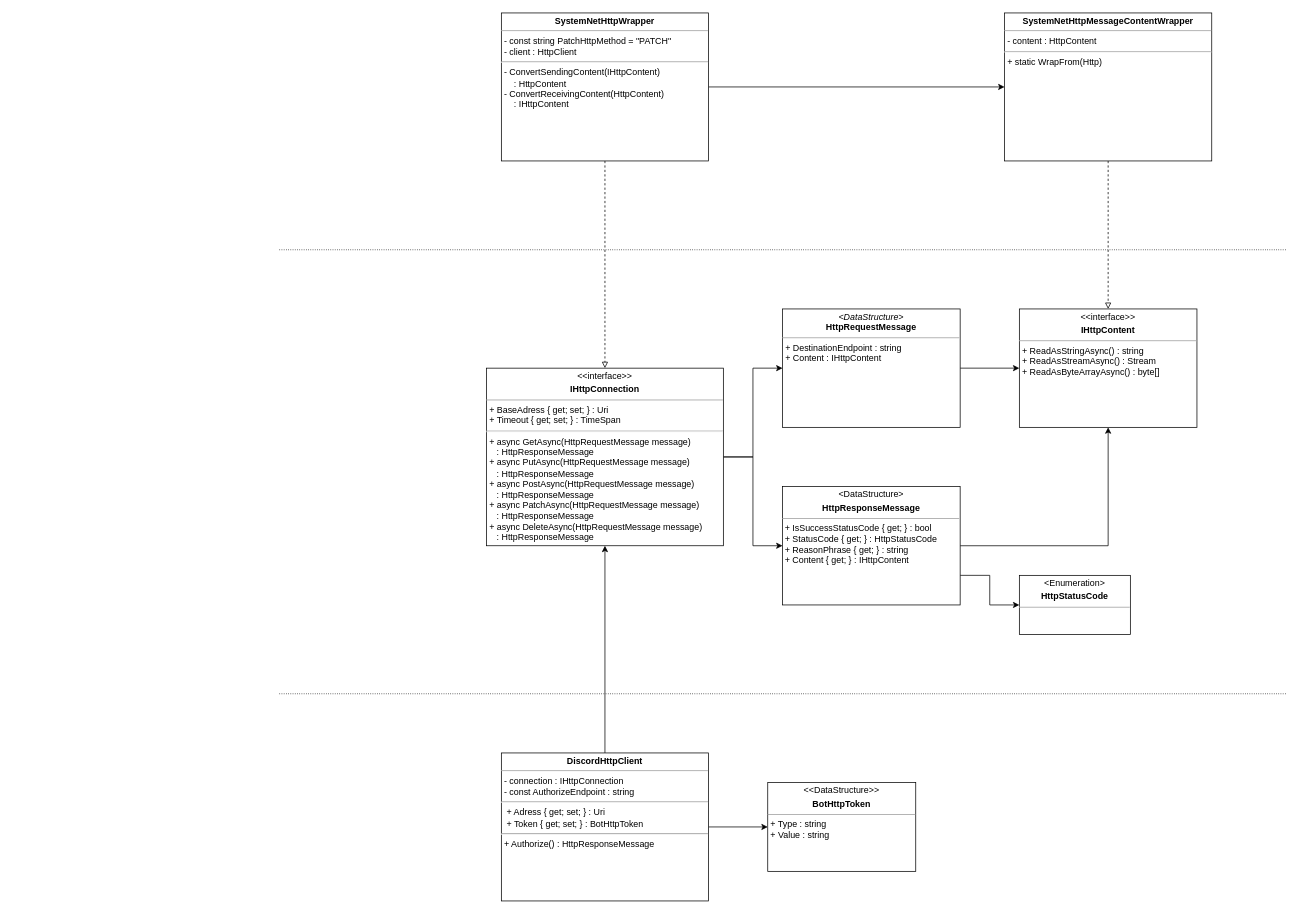
The draw.io diagram NetworkConnections/API/HttpCommunication.drawio in Sinkholy/SyDiscordSharp, before the edit. Source tidied: cells renumbered, new cells numbered last; positions are measured from the earlier drawing's top-left corner, leaving out a move shared by most shapes. Both pictures are drawn from the tidied source at 74%, with x=0, y=0 at pixel (279, 13).
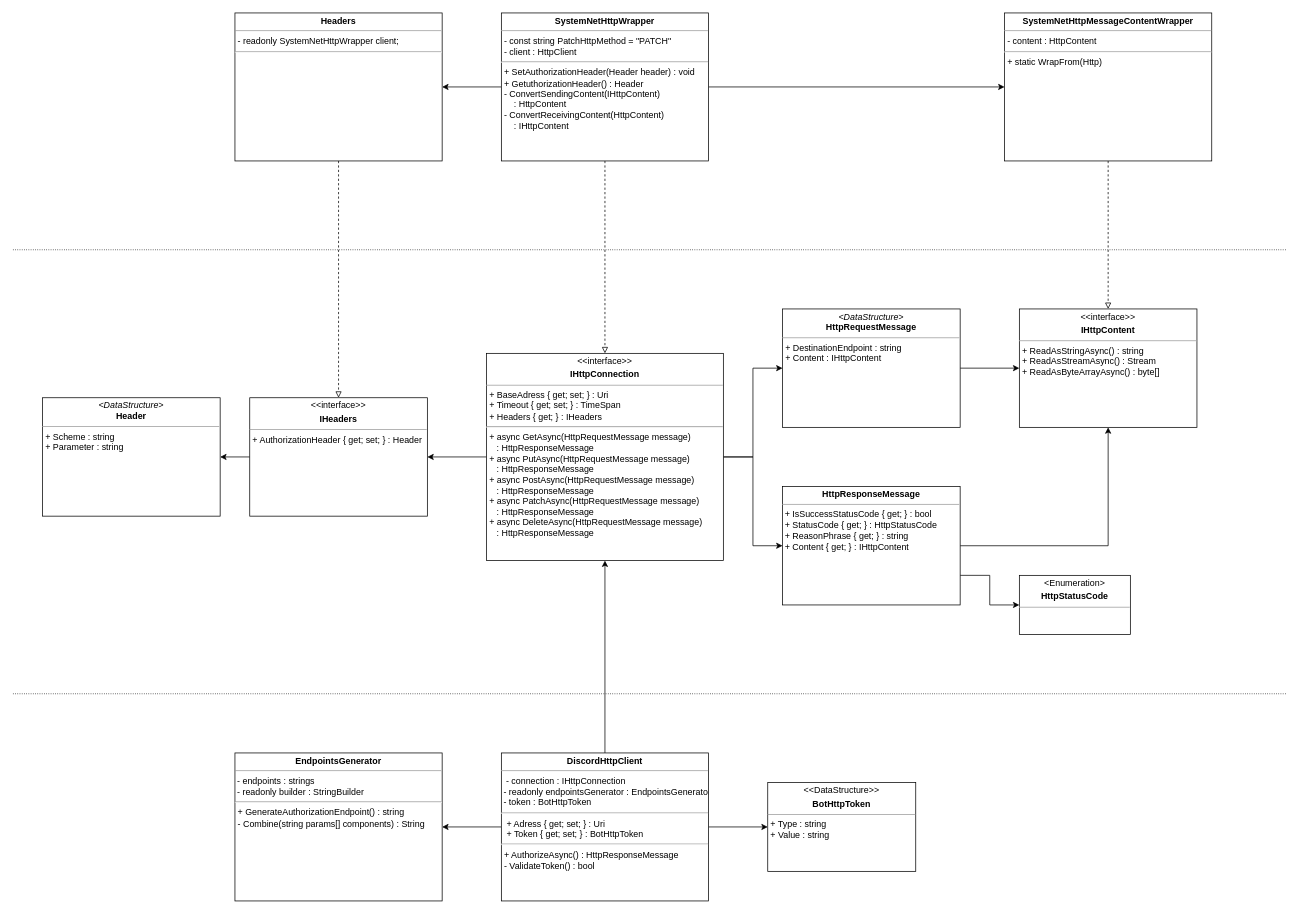
Above is the later version.

Commit message (it also covers changes not shown here):
Added headers to IHttpConnection due to authorization prurpose

Change to the diagram source:
```diff
@@
+    <mxCell id="23" style="edgeStyle=orthogonalEdgeStyle;rounded=0;jettySize=auto;html=1;entryX=1;entryY=0.5;entryDx=0;entryDy=0;" parent="1" edge="1" source="4" target="29">
+      <mxGeometry relative="1" as="geometry" />
+    </mxCell>
-    <mxCell id="4" value="&lt;p style=&quot;margin: 0px ; margin-top: 4px ; text-align: center&quot;&gt;&amp;lt;&amp;lt;interface&amp;gt;&amp;gt;&lt;/p&gt;&lt;p style=&quot;margin: 0px ; margin-top: 4px ; text-align: center&quot;&gt;&lt;b&gt;IHttpConnection&lt;/b&gt;&lt;/p&gt;&lt;hr size=&quot;1&quot;&gt;&lt;p style=&quot;margin: 0px ; margin-left: 4px&quot;&gt;&lt;/p&gt;&lt;p style=&quot;margin: 0px ; margin-left: 4px&quot;&gt;&lt;/p&gt;&lt;p style=&quot;margin: 0px ; margin-left: 4px&quot;&gt;+ BaseAdress { get; set; } : Uri&lt;/p&gt;&lt;p style=&quot;margin: 0px ; margin-left: 4px&quot;&gt;+ Timeout { get; set; } : TimeSpan&lt;/p&gt;&lt;hr&gt;&lt;p style=&quot;margin: 0px ; margin-left: 4px&quot;&gt;+ async GetAsync(&lt;span style=&quot;text-align: center&quot;&gt;HttpRequestMessage message)&amp;nbsp;&lt;/span&gt;&lt;/p&gt;&lt;p style=&quot;margin: 0px ; margin-left: 4px&quot;&gt;&lt;span style=&quot;text-align: center&quot;&gt;&amp;nbsp; &amp;nbsp;: HttpResponseMessage&lt;/span&gt;&lt;span style=&quot;color: rgba(0 , 0 , 0 , 0) ; font-family: monospace ; font-size: 0px&quot;&gt;Cm&lt;/span&gt;&lt;span style=&quot;color: rgba(0 , 0 , 0 , 0) ; font-family: monospace ; font-size: 0px&quot;&gt;xGraphModel%3E%3Croot%3E%3CmxCell%20id%3D%220%22%2F%3E%3CmxCell%20id%3D%221%22%20parent%3D%220%22%2F%3E%3CmxCell%20id%3D%222%22%20value%3D%22%26lt%3Bp%20style%3D%26quot%3Bmargin%3A%200px%20%3B%20margin-top%3A%204px%20%3B%20text-align%3A%20center%26quot%3B%26gt%3B%26amp%3Blt%3B%26amp%3Blt%3Binterface%26amp%3Bgt%3B%26amp%3Bgt%3B%26lt%3B%2Fp%26gt%3B%26lt%3Bp%20style%3D%26quot%3Bmargin%3A%200px%20%3B%20margin-top%3A%204px%20%3B%20text-align%3A%20center%26quot%3B%26gt%3B%26lt%3Bb%26gt%3BIDatabase%26lt%3B%2Fb%26gt%3B%26lt%3B%2Fp%26gt%3B%26lt%3Bhr%20size%3D%26quot%3B1%26quot%3B%26gt%3B%26lt%3Bp%20style%3D%26quot%3Bmargin%3A%200px%20%3B%20margin-left%3A%204px%26quot%3B%26gt%3B%26lt%3B%2Fp%26gt%3B%26lt%3Bp%20style%3D%26quot%3Bmargin%3A%200px%20%3B%20margin-left%3A%204px%26quot%3B%26gt%3B%26lt%3B%2Fp%26gt%3B%26lt%3Bp%20style%3D%26quot%3Bmargin%3A%200px%20%3B%20margin-left%3A%204px%26quot%3B%26gt%3B%2B%20SaveDeviceSettings(string%20deviceIdentifier%2C%26lt%3B%2Fp%26gt%3B%26lt%3Bp%20style%3D%26quot%3Bmargin%3A%200px%20%3B%20margin-left%3A%204px%26quot%3B%26gt%3B%26amp%3Bnbsp%3B%20%26amp%3Bnbsp%3B%20OscilloscopeSettings%20settings)%20%3A%20void%26lt%3B%2Fp%26gt%3B%26lt%3Bp%20style%3D%26quot%3Bmargin%3A%200px%20%3B%20margin-left%3A%204px%26quot%3B%26gt%3B%2B%20GetDeviceSettings(string%20deviceIdentifier)%26amp%3Bnbsp%3B%26lt%3B%2Fp%26gt%3B%26lt%3Bp%20style%3D%26quot%3Bmargin%3A%200px%20%3B%20margin-left%3A%204px%26quot%3B%26gt%3B%26amp%3Bnbsp%3B%20%26amp%3Bnbsp%3B%20%3A%20OscilloscopeSettings%26lt%3B%2Fp%26gt%3B%26lt%3Bp%20style%3D%26quot%3Bmargin%3A%200px%20%3B%20margin-left%3A%204px%26quot%3B%26gt%3B%2B%20SaveMeasurement(Measurements%20meas)%20%3A%20void%26lt%3B%2Fp%26gt%3B%26lt%3Bp%20style%3D%26quot%3Bmargin%3A%200px%20%3B%20margin-left%3A%204px%26quot%3B%26gt%3B%2B%20GetMeasurements(ulong%20index%2C%20ulong%20count)%26amp%3Bnbsp%3B%26lt%3B%2Fp%26gt%3B%26lt%3Bp%20style%3D%26quot%3Bmargin%3A%200px%20%3B%20margin-left%3A%204px%26quot%3B%26gt%3B%26amp%3Bnbsp%3B%20%26amp%3Bnbsp%3B%20%3A%20Measurements%26lt%3B%2Fp%26gt%3B%22%20style%3D%22verticalAlign%3Dtop%3Balign%3Dleft%3Boverflow%3Dfill%3BfontSize%3D12%3BfontFamily%3DHelvetica%3Bhtml%3D1%3Bshadow%3D0%3Bcomic%3D0%3BlabelBackgroundColor%3Dnone%3BstrokeWidth%3D1%3B%22%20vertex%3D%221%22%20parent%3D%221%22%3E%3CmxGeometry%20x%3D%22-4800%22%20y%3D%22-2030%22%20width%3D%22280%22%20height%3D%22200%22%20as%3D%22geometry%22%2F%3E%3C%2FmxCell%3E%3C%2Froot%3E%3C%2FmxGraphModel%3Ec m:M&lt;/span&gt;&lt;/p&gt;&lt;p style=&quot;margin: 0px ; margin-left: 4px&quot;&gt;+ async PutAsync(&lt;span style=&quot;text-align: center&quot;&gt;HttpRequestMessage message&lt;/span&gt;)&amp;nbsp;&lt;/p&gt;&lt;p style=&quot;margin: 0px ; margin-left: 4px&quot;&gt;&amp;nbsp; &amp;nbsp;:&lt;span&gt;&amp;nbsp;HttpResponseMessage&lt;/span&gt;&lt;/p&gt;&lt;p style=&quot;margin: 0px ; margin-left: 4px&quot;&gt;+ async PostAsync(&lt;span style=&quot;text-align: center&quot;&gt;HttpRequestMessage message&lt;/span&gt;)&lt;/p&gt;&lt;p style=&quot;margin: 0px ; margin-left: 4px&quot;&gt;&lt;span&gt;&amp;nbsp; &amp;nbsp;: HttpResponseMessage&lt;/span&gt;&lt;/p&gt;&lt;p style=&quot;margin: 0px ; margin-left: 4px&quot;&gt;+ async PatchAsync(&lt;span style=&quot;text-align: center&quot;&gt;HttpRequestMessage message&lt;/span&gt;)&amp;nbsp;&lt;/p&gt;&lt;p style=&quot;margin: 0px ; margin-left: 4px&quot;&gt;&lt;span&gt;&amp;nbsp; &amp;nbsp;: HttpResponseMessage&lt;/span&gt;&lt;/p&gt;&lt;p style=&quot;margin: 0px ; margin-left: 4px&quot;&gt;+ async DeleteAsync(HttpRequestMessage message)&amp;nbsp;&lt;/p&gt;&lt;p style=&quot;margin: 0px ; margin-left: 4px&quot;&gt;&amp;nbsp; &amp;nbsp;: HttpResponseMessage&lt;/p&gt;" style="verticalAlign=top;align=left;overflow=fill;fontSize=12;fontFamily=Helvetica;html=1;shadow=0;comic=0;labelBackgroundColor=none;strokeWidth=1;" parent="1" vertex="1">
-      <mxGeometry x="280" y="480" width="320" height="240" as="geometry" />
+    <mxCell id="4" value="&lt;p style=&quot;margin: 0px ; margin-top: 4px ; text-align: center&quot;&gt;&amp;lt;&amp;lt;interface&amp;gt;&amp;gt;&lt;/p&gt;&lt;p style=&quot;margin: 0px ; margin-top: 4px ; text-align: center&quot;&gt;&lt;b&gt;IHttpConnection&lt;/b&gt;&lt;/p&gt;&lt;hr size=&quot;1&quot;&gt;&lt;p style=&quot;margin: 0px ; margin-left: 4px&quot;&gt;&lt;/p&gt;&lt;p style=&quot;margin: 0px ; margin-left: 4px&quot;&gt;&lt;/p&gt;&lt;p style=&quot;margin: 0px ; margin-left: 4px&quot;&gt;+ BaseAdress { get; set; } : Uri&lt;/p&gt;&lt;p style=&quot;margin: 0px ; margin-left: 4px&quot;&gt;+ Timeout { get; set; } : TimeSpan&lt;/p&gt;&lt;p style=&quot;margin: 0px ; margin-left: 4px&quot;&gt;+ Headers { get; } : IHeaders&lt;/p&gt;&lt;hr&gt;&lt;p style=&quot;margin: 0px ; margin-left: 4px&quot;&gt;+ async GetAsync(&lt;span style=&quot;text-align: center&quot;&gt;HttpRequestMessage message)&amp;nbsp;&lt;/span&gt;&lt;/p&gt;&lt;p style=&quot;margin: 0px ; margin-left: 4px&quot;&gt;&lt;span style=&quot;text-align: center&quot;&gt;&amp;nbsp; &amp;nbsp;: HttpResponseMessage&lt;/span&gt;&lt;span style=&quot;color: rgba(0 , 0 , 0 , 0) ; font-family: monospace ; font-size: 0px&quot;&gt;Cm&lt;/span&gt;&lt;span style=&quot;color: rgba(0 , 0 , 0 , 0) ; font-family: monospace ; font-size: 0px&quot;&gt;xGraphModel%3E%3Croot%3E%3CmxCell%20id%3D%220%22%2F%3E%3CmxCell%20id%3D%221%22%20parent%3D%220%22%2F%3E%3CmxCell%20id%3D%222%22%20value%3D%22%26lt%3Bp%20style%3D%26quot%3Bmargin%3A%200px%20%3B%20margin-top%3A%204px%20%3B%20text-align%3A%20center%26quot%3B%26gt%3B%26amp%3Blt%3B%26amp%3Blt%3Binterface%26amp%3Bgt%3B%26amp%3Bgt%3B%26lt%3B%2Fp%26gt%3B%26lt%3Bp%20style%3D%26quot%3Bmargin%3A%200px%20%3B%20margin-top%3A%204px%20%3B%20text-align%3A%20center%26quot%3B%26gt%3B%26lt%3Bb%26gt%3BIDatabase%26lt%3B%2Fb%26gt%3B%26lt%3B%2Fp%26gt%3B%26lt%3Bhr%20size%3D%26quot%3B1%26quot%3B%26gt%3B%26lt%3Bp%20style%3D%26quot%3Bmargin%3A%200px%20%3B%20margin-left%3A%204px%26quot%3B%26gt%3B%26lt%3B%2Fp%26gt%3B%26lt%3Bp%20style%3D%26quot%3Bmargin%3A%200px%20%3B%20margin-left%3A%204px%26quot%3B%26gt%3B%26lt%3B%2Fp%26gt%3B%26lt%3Bp%20style%3D%26quot%3Bmargin%3A%200px%20%3B%20margin-left%3A%204px%26quot%3B%26gt%3B%2B%20SaveDeviceSettings(string%20deviceIdentifier%2C%26lt%3B%2Fp%26gt%3B%26lt%3Bp%20style%3D%26quot%3Bmargin%3A%200px%20%3B%20margin-left%3A%204px%26quot%3B%26gt%3B%26amp%3Bnbsp%3B%20%26amp%3Bnbsp%3B%20OscilloscopeSettings%20settings)%20%3A%20void%26lt%3B%2Fp%26gt%3B%26lt%3Bp%20style%3D%26quot%3Bmargin%3A%200px%20%3B%20margin-left%3A%204px%26quot%3B%26gt%3B%2B%20GetDeviceSettings(string%20deviceIdentifier)%26amp%3Bnbsp%3B%26lt%3B%2Fp%26gt%3B%26lt%3Bp%20style%3D%26quot%3Bmargin%3A%200px%20%3B%20margin-left%3A%204px%26quot%3B%26gt%3B%26amp%3Bnbsp%3B%20%26amp%3Bnbsp%3B%20%3A%20OscilloscopeSettings%26lt%3B%2Fp%26gt%3B%26lt%3Bp%20style%3D%26quot%3Bmargin%3A%200px%20%3B%20margin-left%3A%204px%26quot%3B%26gt%3B%2B%20SaveMeasurement(Measurements%20meas)%20%3A%20void%26lt%3B%2Fp%26gt%3B%26lt%3Bp%20style%3D%26quot%3Bmargin%3A%200px%20%3B%20margin-left%3A%204px%26quot%3B%26gt%3B%2B%20GetMeasurements(ulong%20index%2C%20ulong%20count)%26amp%3Bnbsp%3B%26lt%3B%2Fp%26gt%3B%26lt%3Bp%20style%3D%26quot%3Bmargin%3A%200px%20%3B%20margin-left%3A%204px%26quot%3B%26gt%3B%26amp%3Bnbsp%3B%20%26amp%3Bnbsp%3B%20%3A%20Measurements%26lt%3B%2Fp%26gt%3B%22%20style%3D%22verticalAlign%3Dtop%3Balign%3Dleft%3Boverflow%3Dfill%3BfontSize%3D12%3BfontFamily%3DHelvetica%3Bhtml%3D1%3Bshadow%3D0%3Bcomic%3D0%3BlabelBackgroundColor%3Dnone%3BstrokeWidth%3D1%3B%22%20vertex%3D%221%22%20parent%3D%221%22%3E%3CmxGeometry%20x%3D%22-4800%22%20y%3D%22-2030%22%20width%3D%22280%22%20height%3D%22200%22%20as%3D%22geometry%22%2F%3E%3C%2FmxCell%3E%3C%2Froot%3E%3C%2FmxGraphModel%3Ec m:M&lt;/span&gt;&lt;/p&gt;&lt;p style=&quot;margin: 0px ; margin-left: 4px&quot;&gt;+ async PutAsync(&lt;span style=&quot;text-align: center&quot;&gt;HttpRequestMessage message&lt;/span&gt;)&amp;nbsp;&lt;/p&gt;&lt;p style=&quot;margin: 0px ; margin-left: 4px&quot;&gt;&amp;nbsp; &amp;nbsp;:&lt;span&gt;&amp;nbsp;HttpResponseMessage&lt;/span&gt;&lt;/p&gt;&lt;p style=&quot;margin: 0px ; margin-left: 4px&quot;&gt;+ async PostAsync(&lt;span style=&quot;text-align: center&quot;&gt;HttpRequestMessage message&lt;/span&gt;)&lt;/p&gt;&lt;p style=&quot;margin: 0px ; margin-left: 4px&quot;&gt;&lt;span&gt;&amp;nbsp; &amp;nbsp;: HttpResponseMessage&lt;/span&gt;&lt;/p&gt;&lt;p style=&quot;margin: 0px ; margin-left: 4px&quot;&gt;+ async PatchAsync(&lt;span style=&quot;text-align: center&quot;&gt;HttpRequestMessage message&lt;/span&gt;)&amp;nbsp;&lt;/p&gt;&lt;p style=&quot;margin: 0px ; margin-left: 4px&quot;&gt;&lt;span&gt;&amp;nbsp; &amp;nbsp;: HttpResponseMessage&lt;/span&gt;&lt;/p&gt;&lt;p style=&quot;margin: 0px ; margin-left: 4px&quot;&gt;+ async DeleteAsync(HttpRequestMessage message)&amp;nbsp;&lt;/p&gt;&lt;p style=&quot;margin: 0px ; margin-left: 4px&quot;&gt;&amp;nbsp; &amp;nbsp;: HttpResponseMessage&lt;/p&gt;" style="verticalAlign=top;align=left;overflow=fill;fontSize=12;fontFamily=Helvetica;html=1;shadow=0;comic=0;labelBackgroundColor=none;strokeWidth=1;" parent="1" vertex="1">
+      <mxGeometry x="280" y="460" width="320" height="280" as="geometry" />
     </mxCell>
@@
+    <mxCell id="24" style="edgeStyle=orthogonalEdgeStyle;rounded=0;jettySize=auto;html=1;entryX=1;entryY=0.5;entryDx=0;entryDy=0;" parent="1" edge="1" source="9" target="31">
+      <mxGeometry relative="1" as="geometry" />
+    </mxCell>
-    <mxCell id="9" value="&lt;p style=&quot;margin: 0px ; margin-top: 4px ; text-align: center&quot;&gt;&lt;b&gt;SystemNetHttpWrapper&lt;/b&gt;&lt;/p&gt;&lt;hr size=&quot;1&quot;&gt;&lt;p style=&quot;margin: 0px ; margin-left: 4px&quot;&gt;&lt;/p&gt;&lt;p style=&quot;margin: 0px ; margin-left: 4px&quot;&gt;- const string PatchHttpMethod = &quot;PATCH&quot;&lt;/p&gt;&lt;p style=&quot;margin: 0px ; margin-left: 4px&quot;&gt;- client : HttpClient&lt;/p&gt;&lt;hr&gt;&lt;p style=&quot;margin: 0px ; margin-left: 4px&quot;&gt;- ConvertSendingContent(IHttpContent)&amp;nbsp;&lt;/p&gt;&lt;p style=&quot;margin: 0px ; margin-left: 4px&quot;&gt;&amp;nbsp; &amp;nbsp; : HttpContent&lt;/p&gt;&lt;p style=&quot;margin: 0px ; margin-left: 4px&quot;&gt;- ConvertReceivingContent(HttpContent)&lt;/p&gt;&lt;p style=&quot;margin: 0px ; margin-left: 4px&quot;&gt;&amp;nbsp; &amp;nbsp; : IHttpContent&lt;/p&gt;" style="verticalAlign=top;align=left;overflow=fill;fontSize=12;fontFamily=Helvetica;html=1;shadow=0;comic=0;labelBackgroundColor=none;strokeWidth=1;" parent="1" vertex="1">
+    <mxCell id="9" value="&lt;p style=&quot;margin: 0px ; margin-top: 4px ; text-align: center&quot;&gt;&lt;b&gt;SystemNetHttpWrapper&lt;/b&gt;&lt;/p&gt;&lt;hr size=&quot;1&quot;&gt;&lt;p style=&quot;margin: 0px ; margin-left: 4px&quot;&gt;&lt;/p&gt;&lt;p style=&quot;margin: 0px ; margin-left: 4px&quot;&gt;- const string PatchHttpMethod = &quot;PATCH&quot;&lt;/p&gt;&lt;p style=&quot;margin: 0px ; margin-left: 4px&quot;&gt;- client : HttpClient&lt;/p&gt;&lt;hr&gt;&lt;p style=&quot;margin: 0px ; margin-left: 4px&quot;&gt;+ SetAuthorizationHeader(Header header) : void&lt;/p&gt;&lt;p style=&quot;margin: 0px ; margin-left: 4px&quot;&gt;+ GetuthorizationHeader() : Header&lt;/p&gt;&lt;p style=&quot;margin: 0px ; margin-left: 4px&quot;&gt;- ConvertSendingContent(IHttpContent)&amp;nbsp;&lt;/p&gt;&lt;p style=&quot;margin: 0px ; margin-left: 4px&quot;&gt;&amp;nbsp; &amp;nbsp; : HttpContent&lt;/p&gt;&lt;p style=&quot;margin: 0px ; margin-left: 4px&quot;&gt;- ConvertReceivingContent(HttpContent)&lt;/p&gt;&lt;p style=&quot;margin: 0px ; margin-left: 4px&quot;&gt;&amp;nbsp; &amp;nbsp; : IHttpContent&lt;/p&gt;" style="verticalAlign=top;align=left;overflow=fill;fontSize=12;fontFamily=Helvetica;html=1;shadow=0;comic=0;labelBackgroundColor=none;strokeWidth=1;" parent="1" vertex="1">
       <mxGeometry x="300" width="280" height="200" as="geometry" />
     </mxCell>
@@
+    <mxCell id="25" style="edgeStyle=orthogonalEdgeStyle;rounded=0;jettySize=auto;html=1;entryX=1;entryY=0.5;entryDx=0;entryDy=0;" parent="1" edge="1" source="12" target="26">
+      <mxGeometry relative="1" as="geometry" />
+    </mxCell>
-    <mxCell id="12" value="&lt;p style=&quot;margin: 0px ; margin-top: 4px ; text-align: center&quot;&gt;&lt;b&gt;DiscordHttpClient&lt;/b&gt;&lt;/p&gt;&lt;hr size=&quot;1&quot;&gt;&lt;p style=&quot;margin: 0px ; margin-left: 4px&quot;&gt;&lt;/p&gt;&lt;p style=&quot;margin: 0px ; margin-left: 4px&quot;&gt;- connection : IHttpConnection&lt;/p&gt;&lt;p style=&quot;margin: 0px ; margin-left: 4px&quot;&gt;- const AuthorizeEndpoint : string&lt;br&gt;&lt;/p&gt;&lt;hr&gt;&lt;p style=&quot;margin: 0px ; margin-left: 4px&quot;&gt;&amp;nbsp;+ Adress { get; set; } : Uri&lt;br&gt;&amp;nbsp;+ Token { get; set; } :&amp;nbsp;&lt;span style=&quot;text-align: center&quot;&gt;BotHttpToken&lt;/span&gt;&lt;br&gt;&lt;/p&gt;&lt;p style=&quot;margin: 0px 0px 0px 4px&quot;&gt;&lt;/p&gt;&lt;p style=&quot;margin: 0px 0px 0px 4px&quot;&gt;&lt;/p&gt;&lt;hr&gt;&lt;p style=&quot;margin: 0px 0px 0px 4px&quot;&gt;+ Authorize() : HttpResponseMessage&lt;/p&gt;" style="verticalAlign=top;align=left;overflow=fill;fontSize=12;fontFamily=Helvetica;html=1;shadow=0;comic=0;labelBackgroundColor=none;strokeWidth=1;" parent="1" vertex="1">
+    <mxCell id="12" value="&lt;p style=&quot;margin: 0px ; margin-top: 4px ; text-align: center&quot;&gt;&lt;b&gt;DiscordHttpClient&lt;/b&gt;&lt;/p&gt;&lt;hr size=&quot;1&quot;&gt;&amp;nbsp;&lt;span&gt;&amp;nbsp;- connection : IHttpConnection&lt;br&gt;&amp;nbsp;- readonly endpointsGenerator : EndpointsGenerator&lt;br&gt;&lt;/span&gt;&amp;nbsp;- token : BotHttpToken&lt;br&gt;&lt;hr&gt;&lt;p style=&quot;margin: 0px ; margin-left: 4px&quot;&gt;&amp;nbsp;+ Adress { get; set; } : Uri&lt;br&gt;&amp;nbsp;+ Token { get; set; } :&amp;nbsp;&lt;span style=&quot;text-align: center&quot;&gt;BotHttpToken&lt;/span&gt;&lt;br&gt;&lt;/p&gt;&lt;p style=&quot;margin: 0px 0px 0px 4px&quot;&gt;&lt;/p&gt;&lt;p style=&quot;margin: 0px 0px 0px 4px&quot;&gt;&lt;/p&gt;&lt;hr&gt;&lt;p style=&quot;margin: 0px 0px 0px 4px&quot;&gt;+ AuthorizeAsync() : HttpResponseMessage&lt;/p&gt;&lt;p style=&quot;margin: 0px 0px 0px 4px&quot;&gt;- ValidateToken() : bool&amp;nbsp;&lt;/p&gt;" style="verticalAlign=top;align=left;overflow=fill;fontSize=12;fontFamily=Helvetica;html=1;shadow=0;comic=0;labelBackgroundColor=none;strokeWidth=1;" parent="1" vertex="1">
       <mxGeometry x="300" y="1000" width="280" height="200" as="geometry" />
     </mxCell>
@@
-    <mxCell id="16" value="&lt;p style=&quot;margin: 0px ; margin-top: 4px ; text-align: center&quot;&gt;&amp;lt;DataStructure&amp;gt;&lt;/p&gt;&lt;p style=&quot;margin: 0px ; margin-top: 4px ; text-align: center&quot;&gt;&lt;b&gt;HttpResponseMessage&lt;/b&gt;&lt;/p&gt;&lt;hr size=&quot;1&quot;&gt;&lt;p style=&quot;margin: 0px ; margin-left: 4px&quot;&gt;&lt;/p&gt;&amp;nbsp;+ IsSuccessStatusCode { get; } : bool&lt;br&gt;&amp;nbsp;+ StatusCode { get; } : HttpStatusCode&lt;br&gt;&amp;nbsp;+&amp;nbsp;ReasonPhrase { get; } : string&lt;br&gt;&amp;nbsp;+ Content { get; } : IHttpContent&lt;br&gt;&lt;p style=&quot;margin: 0px ; margin-left: 4px&quot;&gt;&lt;br&gt;&lt;/p&gt;" style="verticalAlign=top;align=left;overflow=fill;fontSize=12;fontFamily=Helvetica;html=1;shadow=0;comic=0;labelBackgroundColor=none;strokeWidth=1;" parent="1" vertex="1">
+    <mxCell id="16" value="&lt;p style=&quot;margin: 0px ; margin-top: 4px ; text-align: center&quot;&gt;&lt;b&gt;HttpResponseMessage&lt;/b&gt;&lt;br&gt;&lt;/p&gt;&lt;hr size=&quot;1&quot;&gt;&lt;p style=&quot;margin: 0px ; margin-left: 4px&quot;&gt;&lt;/p&gt;&amp;nbsp;+ IsSuccessStatusCode { get; } : bool&lt;br&gt;&amp;nbsp;+ StatusCode { get; } : HttpStatusCode&lt;br&gt;&amp;nbsp;+&amp;nbsp;ReasonPhrase { get; } : string&lt;br&gt;&amp;nbsp;+ Content { get; } : IHttpContent&lt;br&gt;&lt;p style=&quot;margin: 0px ; margin-left: 4px&quot;&gt;&lt;br&gt;&lt;/p&gt;" style="verticalAlign=top;align=left;overflow=fill;fontSize=12;fontFamily=Helvetica;html=1;shadow=0;comic=0;labelBackgroundColor=none;strokeWidth=1;" parent="1" vertex="1">
       <mxGeometry x="680" y="640" width="240" height="160" as="geometry" />
     </mxCell>
@@
     <mxCell id="18" style="endArrow=none;dashed=1;html=1;strokeColor=#000000;dashPattern=1 2;" parent="1" edge="1">
       <mxGeometry relative="1" as="geometry">
-        <mxPoint y="920" as="sourcePoint" />
+        <mxPoint x="-360" y="920" as="sourcePoint" />
         <mxPoint x="1360" y="920" as="targetPoint" />
       </mxGeometry>
     </mxCell>
     <mxCell id="19" style="endArrow=none;dashed=1;html=1;strokeColor=#000000;dashPattern=1 2;" parent="1" edge="1">
       <mxGeometry relative="1" as="geometry">
-        <mxPoint y="320" as="sourcePoint" />
+        <mxPoint x="-360" y="320" as="sourcePoint" />
         <mxPoint x="1360" y="320" as="targetPoint" />
       </mxGeometry>
     </mxCell>
@@
+    <mxCell id="26" value="&lt;p style=&quot;margin: 0px ; margin-top: 4px ; text-align: center&quot;&gt;&lt;b&gt;EndpointsGenerator&lt;/b&gt;&lt;/p&gt;&lt;hr size=&quot;1&quot;&gt;&amp;nbsp;- endpoints : strings&amp;nbsp;&lt;br&gt;&amp;nbsp;- readonly builder : StringBuilder&lt;br&gt;&lt;p style=&quot;margin: 0px 0px 0px 4px&quot;&gt;&lt;/p&gt;&lt;p style=&quot;margin: 0px 0px 0px 4px&quot;&gt;&lt;/p&gt;&lt;hr&gt;&lt;p style=&quot;margin: 0px 0px 0px 4px&quot;&gt;&lt;span&gt;+ GenerateAuthorizationEndpoint() : string&lt;/span&gt;&lt;/p&gt;&lt;p style=&quot;margin: 0px 0px 0px 4px&quot;&gt;&lt;span&gt;- Combine(string params[] components) : String&lt;/span&gt;&lt;br&gt;&lt;/p&gt;" style="verticalAlign=top;align=left;overflow=fill;fontSize=12;fontFamily=Helvetica;html=1;shadow=0;comic=0;labelBackgroundColor=none;strokeWidth=1;" parent="1" vertex="1">
+      <mxGeometry x="-60" y="1000" width="280" height="200" as="geometry" />
+    </mxCell>
+    <mxCell id="27" value="&lt;p style=&quot;margin: 0px ; margin-top: 4px ; text-align: center&quot;&gt;&lt;i&gt;&amp;lt;DataStructure&amp;gt;&lt;/i&gt;&lt;br&gt;&lt;b&gt;Header&lt;/b&gt;&lt;/p&gt;&lt;hr size=&quot;1&quot;&gt;&lt;p style=&quot;margin: 0px ; margin-left: 4px&quot;&gt;&lt;/p&gt;&lt;p style=&quot;margin: 0px ; margin-left: 4px&quot;&gt;&lt;span&gt;+ Scheme : string&lt;/span&gt;&lt;/p&gt;&lt;p style=&quot;margin: 0px ; margin-left: 4px&quot;&gt;+ Parameter : string&lt;/p&gt;&lt;p style=&quot;margin: 0px ; margin-left: 4px&quot;&gt;&lt;br&gt;&lt;/p&gt;" style="verticalAlign=top;align=left;overflow=fill;fontSize=12;fontFamily=Helvetica;html=1;shadow=0;comic=0;labelBackgroundColor=none;strokeWidth=1;" parent="1" vertex="1">
+      <mxGeometry x="-320" y="520" width="240" height="160" as="geometry" />
+    </mxCell>
+    <mxCell id="28" style="edgeStyle=orthogonalEdgeStyle;rounded=0;jettySize=auto;html=1;entryX=1;entryY=0.5;entryDx=0;entryDy=0;" parent="1" edge="1" source="29" target="27">
+      <mxGeometry relative="1" as="geometry" />
+    </mxCell>
+    <mxCell id="29" value="&lt;p style=&quot;margin: 0px ; margin-top: 4px ; text-align: center&quot;&gt;&amp;lt;&amp;lt;interface&amp;gt;&amp;gt;&lt;/p&gt;&lt;p style=&quot;margin: 0px ; margin-top: 4px ; text-align: center&quot;&gt;&lt;b&gt;IHeaders&lt;/b&gt;&lt;/p&gt;&lt;hr size=&quot;1&quot;&gt;&lt;p style=&quot;margin: 0px ; margin-left: 4px&quot;&gt;&lt;/p&gt;&lt;p style=&quot;margin: 0px ; margin-left: 4px&quot;&gt;&lt;span&gt;+ AuthorizationHeader { get; set; } : Header&lt;/span&gt;&lt;/p&gt;" style="verticalAlign=top;align=left;overflow=fill;fontSize=12;fontFamily=Helvetica;html=1;shadow=0;comic=0;labelBackgroundColor=none;strokeWidth=1;" parent="1" vertex="1">
+      <mxGeometry x="-40" y="520" width="240" height="160" as="geometry" />
+    </mxCell>
+    <mxCell id="30" style="edgeStyle=orthogonalEdgeStyle;rounded=0;jettySize=auto;html=1;entryX=0.5;entryY=0;entryDx=0;entryDy=0;dashed=1;endArrow=block;endFill=0;" parent="1" edge="1" source="31" target="29">
+      <mxGeometry relative="1" as="geometry" />
+    </mxCell>
+    <mxCell id="31" value="&lt;p style=&quot;margin: 0px ; margin-top: 4px ; text-align: center&quot;&gt;&lt;b&gt;Headers&lt;/b&gt;&lt;/p&gt;&lt;hr size=&quot;1&quot;&gt;&lt;p style=&quot;margin: 0px ; margin-left: 4px&quot;&gt;&lt;/p&gt;&lt;p style=&quot;margin: 0px ; margin-left: 4px&quot;&gt;- readonly SystemNetHttpWrapper client;&lt;br&gt;&lt;/p&gt;&lt;hr&gt;&lt;p style=&quot;margin: 0px ; margin-left: 4px&quot;&gt;&lt;br&gt;&lt;/p&gt;" style="verticalAlign=top;align=left;overflow=fill;fontSize=12;fontFamily=Helvetica;html=1;shadow=0;comic=0;labelBackgroundColor=none;strokeWidth=1;" parent="1" vertex="1">
+      <mxGeometry x="-60" width="280" height="200" as="geometry" />
+    </mxCell>
```
